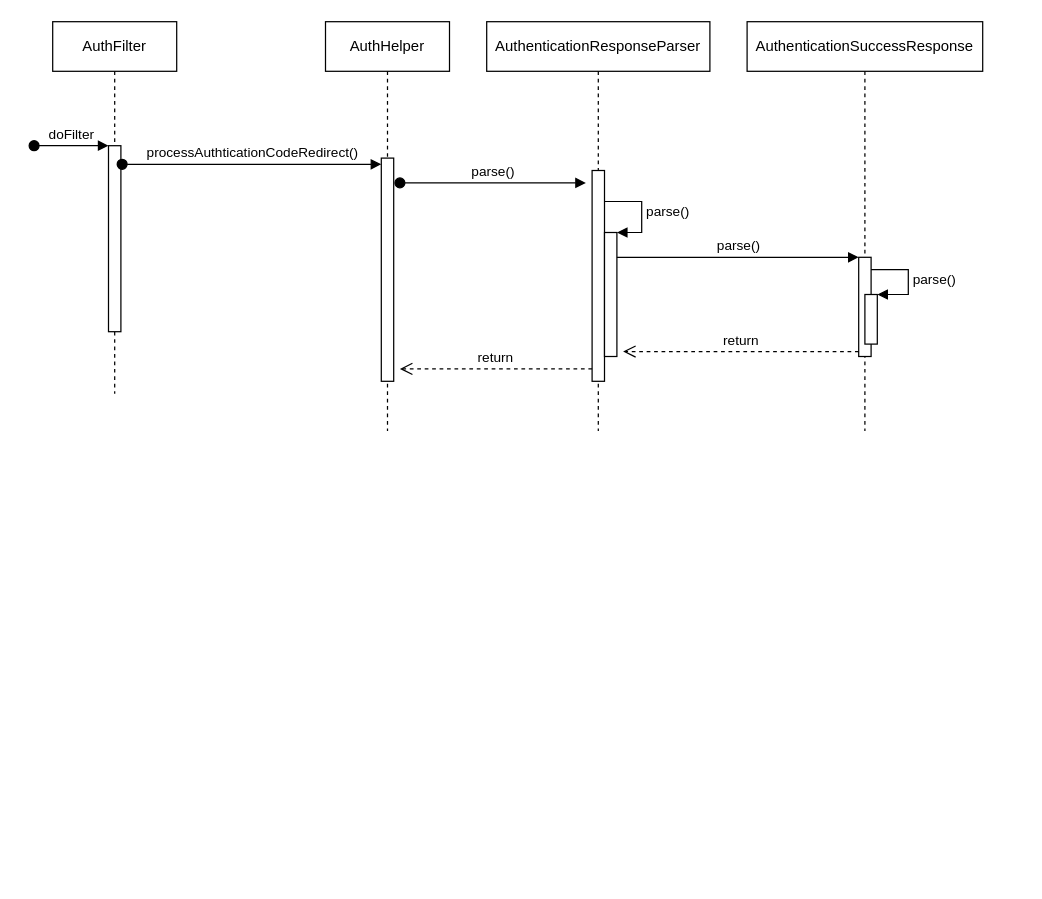
Above: page "Authentication" (1 of 2) of src/main/resources/Untitled Diagram.drawio in ngoctuanktmm/SpringBoot-SSO_with_AzureAD (draw.io), before the change. Source tidied: cells renumbered, new cells numbered last; positions are measured from the earlier drawing's top-left corner, leaving out a move shared by most shapes. Both pictures are drawn from the tidied source at 124%, with x=0, y=0 at pixel (33, 21).
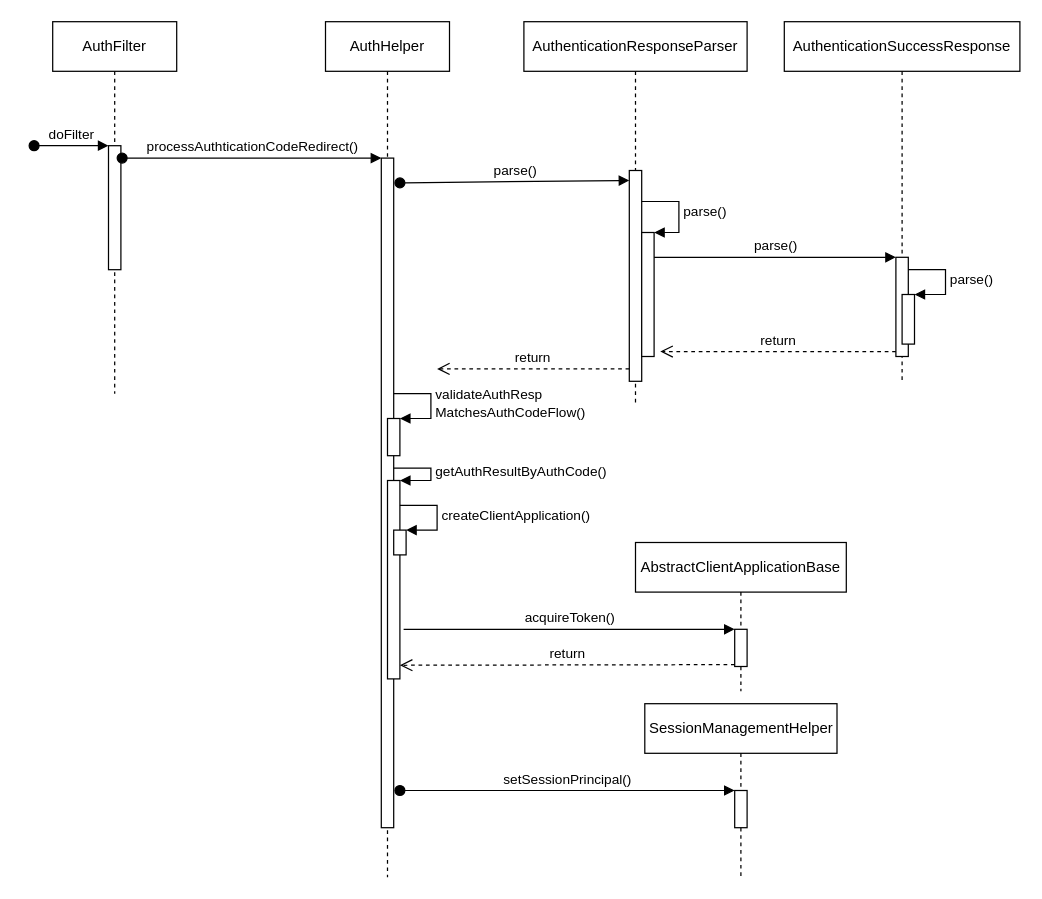
After the change.

Commit message:
Update Authorization diagram

Unchanged cells that the change refers to:
```xml
<mxCell id="2" value="AuthFilter" style="shape=umlLifeline;perimeter=lifelinePerimeter;whiteSpace=wrap;html=1;" parent="1" vertex="1">
  <mxGeometry x="15" width="100" height="300" as="geometry" />
</mxCell>
<mxCell id="15" style="html=1;points=[];perimeter=orthogonalPerimeter;" parent="14" vertex="1">
  <mxGeometry x="90" y="190" width="10" height="80" as="geometry" />
</mxCell>
```

The edit, as a diff of the source:
```diff
@@
     <mxCell id="3" style="html=1;points=[];perimeter=orthogonalPerimeter;" parent="2" vertex="1">
-      <mxGeometry x="45" y="100" width="10" height="150" as="geometry" />
+      <mxGeometry x="45" y="100" width="10" height="100" as="geometry" />
     </mxCell>
@@
     <mxCell id="5" value="AuthHelper" style="shape=umlLifeline;perimeter=lifelinePerimeter;whiteSpace=wrap;html=1;" parent="1" vertex="1">
-      <mxGeometry x="235" width="100" height="330" as="geometry" />
+      <mxGeometry x="235" width="100" height="690" as="geometry" />
     </mxCell>
     <mxCell id="6" style="html=1;points=[];perimeter=orthogonalPerimeter;" parent="5" vertex="1">
-      <mxGeometry x="45" y="110" width="10" height="180" as="geometry" />
+      <mxGeometry x="45" y="110" width="10" height="540" as="geometry" />
     </mxCell>
+    <mxCell id="20" style="html=1;points=[];perimeter=orthogonalPerimeter;" parent="5" vertex="1">
+      <mxGeometry x="50" y="320" width="10" height="30" as="geometry" />
+    </mxCell>
+    <mxCell id="21" value="validateAuthResp&lt;br&gt;MatchesAuthCodeFlow()" style="edgeStyle=orthogonalEdgeStyle;html=1;align=left;spacingLeft=2;endArrow=block;rounded=0;entryX=1;entryY=0;" parent="5" edge="1" target="20">
+      <mxGeometry relative="1" as="geometry">
+        <mxPoint x="55" y="300" as="sourcePoint" />
+        <Array as="points">
+          <mxPoint x="85" y="300" />
+        </Array>
+      </mxGeometry>
+    </mxCell>
+    <mxCell id="22" style="html=1;points=[];perimeter=orthogonalPerimeter;" parent="5" vertex="1">
+      <mxGeometry x="50" y="370" width="10" height="160" as="geometry" />
+    </mxCell>
+    <mxCell id="23" value="getAuthResultByAuthCode()" style="edgeStyle=orthogonalEdgeStyle;html=1;align=left;spacingLeft=2;endArrow=block;rounded=0;entryX=1;entryY=0;" parent="5" edge="1" target="22">
+      <mxGeometry relative="1" as="geometry">
+        <mxPoint x="55" y="360" as="sourcePoint" />
+        <Array as="points">
+          <mxPoint x="85" y="360" />
+        </Array>
+      </mxGeometry>
+    </mxCell>
+    <mxCell id="24" style="html=1;points=[];perimeter=orthogonalPerimeter;" parent="5" vertex="1">
+      <mxGeometry x="55" y="410" width="10" height="20" as="geometry" />
+    </mxCell>
+    <mxCell id="25" value="createClientApplication()" style="edgeStyle=orthogonalEdgeStyle;html=1;align=left;spacingLeft=2;endArrow=block;rounded=0;entryX=1;entryY=0;" parent="5" edge="1" target="24">
+      <mxGeometry relative="1" as="geometry">
+        <mxPoint x="60" y="390" as="sourcePoint" />
+        <Array as="points">
+          <mxPoint x="90" y="390" />
+        </Array>
+      </mxGeometry>
+    </mxCell>
@@
     <mxCell id="8" value="AuthenticationResponseParser" style="shape=umlLifeline;perimeter=lifelinePerimeter;whiteSpace=wrap;html=1;" parent="1" vertex="1">
-      <mxGeometry x="365" width="180" height="330" as="geometry" />
+      <mxGeometry x="395" width="180" height="310" as="geometry" />
     </mxCell>
@@
     <mxCell id="13" value="parse()" style="html=1;verticalAlign=bottom;startArrow=oval;endArrow=block;startSize=8;" parent="1" edge="1">
       <mxGeometry relative="1" as="geometry">
         <mxPoint x="295" y="130" as="sourcePoint" />
-        <mxPoint x="445" y="130" as="targetPoint" />
+        <mxPoint x="480" y="128" as="targetPoint" />
       </mxGeometry>
     </mxCell>
     <mxCell id="14" value="AuthenticationSuccessResponse" style="shape=umlLifeline;perimeter=lifelinePerimeter;whiteSpace=wrap;html=1;" parent="1" vertex="1">
-      <mxGeometry x="575" width="190" height="330" as="geometry" />
+      <mxGeometry x="605" width="190" height="290" as="geometry" />
     </mxCell>
@@
     <mxCell id="18" value="parse()" style="html=1;verticalAlign=bottom;endArrow=block;entryX=0;entryY=0;" parent="1" edge="1" target="15">
       <mxGeometry relative="1" as="geometry">
-        <mxPoint x="470" y="190" as="sourcePoint" />
+        <mxPoint x="500" y="190" as="sourcePoint" />
       </mxGeometry>
     </mxCell>
     <mxCell id="19" value="return" style="html=1;verticalAlign=bottom;endArrow=open;dashed=1;endSize=8;exitX=0;exitY=0.95;" parent="1" edge="1" source="15">
       <mxGeometry relative="1" as="geometry">
-        <mxPoint x="475" y="266" as="targetPoint" />
+        <mxPoint x="505" y="266" as="targetPoint" />
       </mxGeometry>
     </mxCell>
+    <mxCell id="26" value="AbstractClientApplicationBase" style="shape=umlLifeline;perimeter=lifelinePerimeter;whiteSpace=wrap;html=1;" parent="1" vertex="1">
+      <mxGeometry x="485" y="420" width="170" height="120" as="geometry" />
+    </mxCell>
+    <mxCell id="27" style="html=1;points=[];perimeter=orthogonalPerimeter;" parent="26" vertex="1">
+      <mxGeometry x="80" y="70" width="10" height="30" as="geometry" />
+    </mxCell>
+    <mxCell id="28" value="acquireToken()" style="html=1;verticalAlign=bottom;endArrow=block;entryX=0;entryY=0;" parent="1" edge="1" target="27">
+      <mxGeometry relative="1" as="geometry">
+        <mxPoint x="298" y="490" as="sourcePoint" />
+      </mxGeometry>
+    </mxCell>
+    <mxCell id="29" value="return" style="html=1;verticalAlign=bottom;endArrow=open;dashed=1;endSize=8;exitX=0;exitY=0.95;" parent="1" edge="1" source="27">
+      <mxGeometry relative="1" as="geometry">
+        <mxPoint x="295" y="519" as="targetPoint" />
+      </mxGeometry>
+    </mxCell>
+    <mxCell id="30" value="SessionManagementHelper" style="shape=umlLifeline;perimeter=lifelinePerimeter;whiteSpace=wrap;html=1;" parent="1" vertex="1">
+      <mxGeometry x="492.5" y="550" width="155" height="140" as="geometry" />
+    </mxCell>
+    <mxCell id="31" style="html=1;points=[];perimeter=orthogonalPerimeter;" parent="30" vertex="1">
+      <mxGeometry x="72.5" y="70" width="10" height="30" as="geometry" />
+    </mxCell>
+    <mxCell id="32" value="setSessionPrincipal()" style="html=1;verticalAlign=bottom;startArrow=oval;endArrow=block;startSize=8;" parent="1" edge="1" target="31">
+      <mxGeometry relative="1" as="geometry">
+        <mxPoint x="295" y="620" as="sourcePoint" />
+      </mxGeometry>
+    </mxCell>
```
